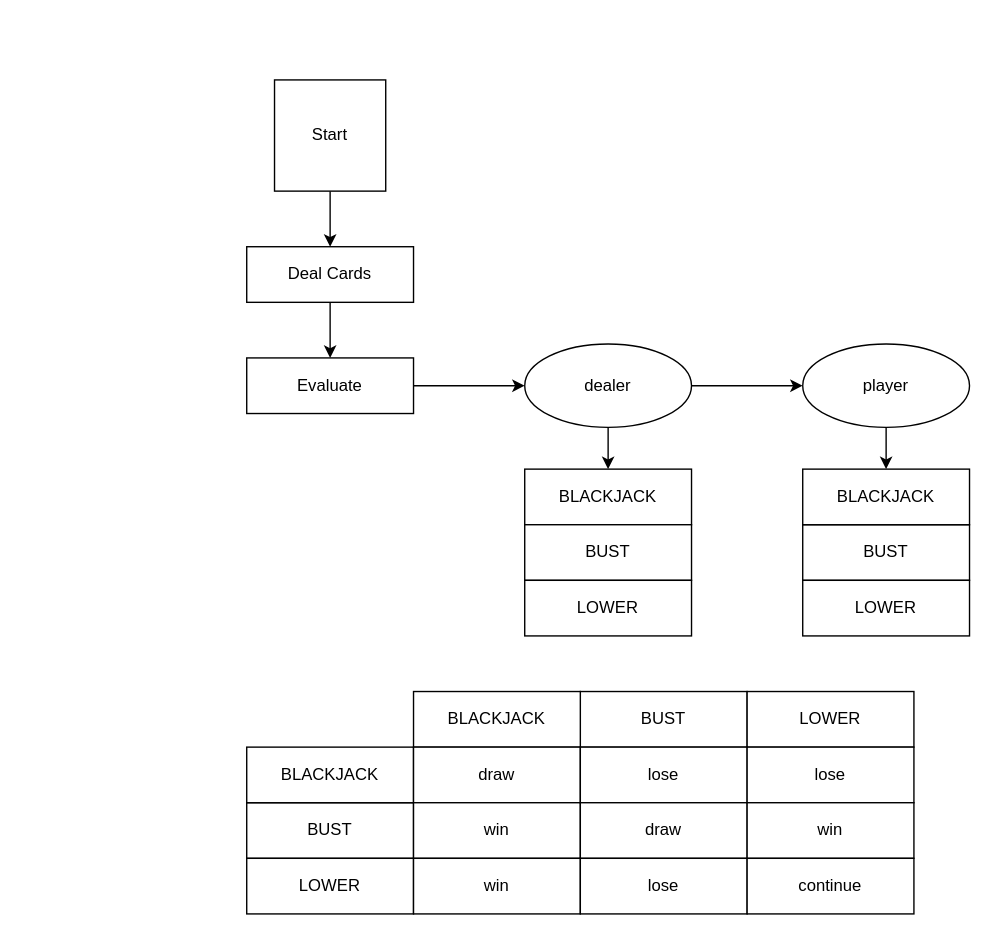
Earlier version of the draw.io diagram blackjack.drawio (ErwinSpelunk/_100_days_of_code). Source tidied: cells renumbered, new cells numbered last; positions are measured from the earlier drawing's top-left corner, leaving out a move shared by most shapes. Both pictures are drawn from the tidied source at 139%, with x=0, y=0 at pixel (246, 79).
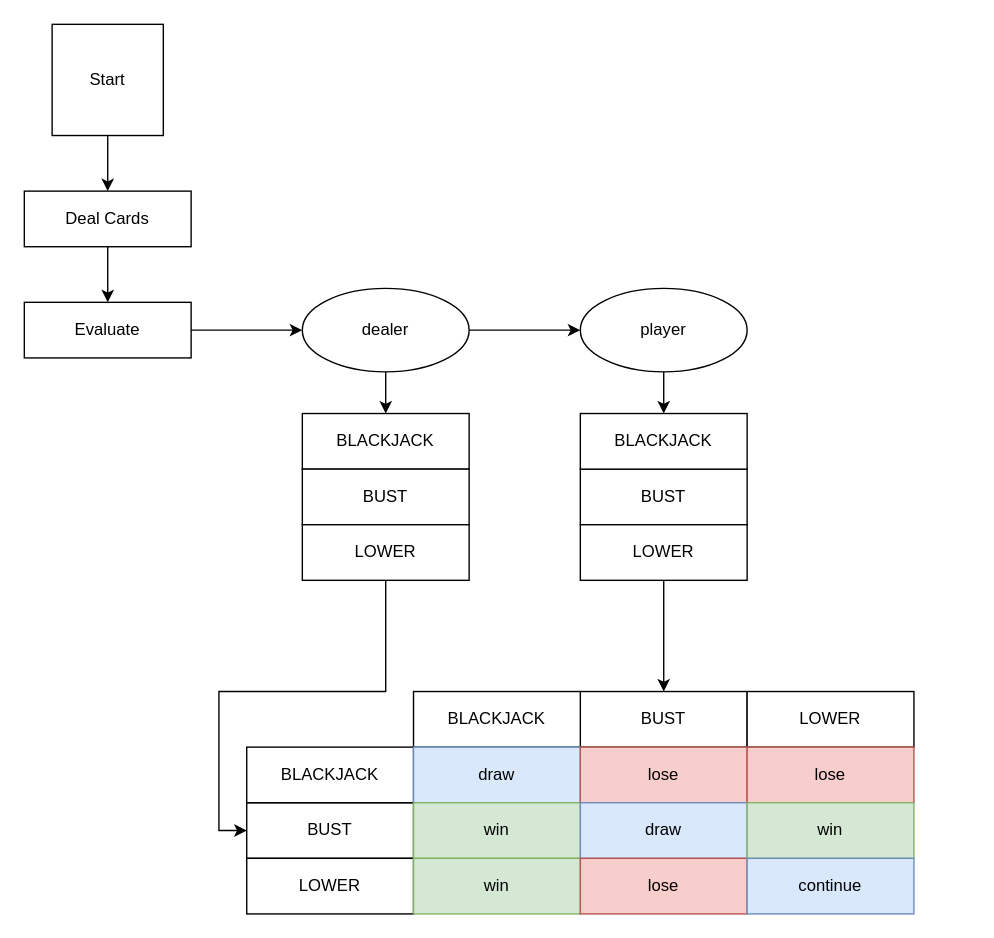
Above is the later version.

The change refers to these unchanged cells:
```xml
<mxCell id="19" value="BUST" style="whiteSpace=wrap;html=1;" parent="1" vertex="1">
  <mxGeometry y="520" width="120" height="40" as="geometry" />
</mxCell>
<mxCell id="22" value="BUST" style="whiteSpace=wrap;html=1;" parent="1" vertex="1">
  <mxGeometry x="240" y="440" width="120" height="40" as="geometry" />
</mxCell>
```

Diff of the diagram source:
```diff
@@
     <mxCell id="3" value="&lt;div&gt;Start&lt;/div&gt;" style="whiteSpace=wrap;html=1;" parent="1" vertex="1">
-      <mxGeometry x="20" width="80" height="80" as="geometry" />
+      <mxGeometry x="-140" y="-40" width="80" height="80" as="geometry" />
     </mxCell>
@@
     <mxCell id="5" value="Deal Cards" style="whiteSpace=wrap;html=1;" parent="1" vertex="1">
-      <mxGeometry y="120" width="120" height="40" as="geometry" />
+      <mxGeometry x="-160" y="80" width="120" height="40" as="geometry" />
     </mxCell>
@@
     <mxCell id="7" value="Evaluate" style="whiteSpace=wrap;html=1;" parent="1" vertex="1">
-      <mxGeometry y="200" width="120" height="40" as="geometry" />
+      <mxGeometry x="-160" y="160" width="120" height="40" as="geometry" />
     </mxCell>
@@
     <mxCell id="10" value="dealer" style="ellipse;whiteSpace=wrap;html=1;" parent="1" vertex="1">
-      <mxGeometry x="200" y="190" width="120" height="60" as="geometry" />
+      <mxGeometry x="40" y="150" width="120" height="60" as="geometry" />
     </mxCell>
@@
     <mxCell id="12" value="player" style="ellipse;whiteSpace=wrap;html=1;" parent="1" vertex="1">
-      <mxGeometry x="400" y="190" width="120" height="60" as="geometry" />
+      <mxGeometry x="240" y="150" width="120" height="60" as="geometry" />
     </mxCell>
     <mxCell id="13" value="BLACKJACK" style="whiteSpace=wrap;html=1;" parent="1" vertex="1">
-      <mxGeometry x="200" y="280" width="120" height="40" as="geometry" />
+      <mxGeometry x="40" y="240" width="120" height="40" as="geometry" />
     </mxCell>
     <mxCell id="14" value="BUST" style="whiteSpace=wrap;html=1;" parent="1" vertex="1">
-      <mxGeometry x="200" y="320" width="120" height="40" as="geometry" />
+      <mxGeometry x="40" y="280" width="120" height="40" as="geometry" />
     </mxCell>
+    <mxCell id="34" style="edgeStyle=orthogonalEdgeStyle;rounded=0;jettySize=auto;html=1;entryX=0;entryY=0.5;entryDx=0;entryDy=0;" parent="1" edge="1" source="15" target="19">
+      <mxGeometry relative="1" as="geometry" />
+    </mxCell>
     <mxCell id="15" value="LOWER" style="whiteSpace=wrap;html=1;" parent="1" vertex="1">
-      <mxGeometry x="200" y="360" width="120" height="40" as="geometry" />
+      <mxGeometry x="40" y="320" width="120" height="40" as="geometry" />
     </mxCell>
     <mxCell id="16" value="BUST" style="whiteSpace=wrap;html=1;" parent="1" vertex="1">
-      <mxGeometry x="400" y="320" width="120" height="40" as="geometry" />
+      <mxGeometry x="240" y="280" width="120" height="40" as="geometry" />
     </mxCell>
+    <mxCell id="35" style="edgeStyle=orthogonalEdgeStyle;rounded=0;jettySize=auto;html=1;entryX=0.5;entryY=0;entryDx=0;entryDy=0;" parent="1" edge="1" source="17" target="22">
+      <mxGeometry relative="1" as="geometry" />
+    </mxCell>
     <mxCell id="17" value="LOWER" style="whiteSpace=wrap;html=1;" parent="1" vertex="1">
-      <mxGeometry x="400" y="360" width="120" height="40" as="geometry" />
+      <mxGeometry x="240" y="320" width="120" height="40" as="geometry" />
     </mxCell>
     <mxCell id="18" value="BLACKJACK" style="whiteSpace=wrap;html=1;" parent="1" vertex="1">
-      <mxGeometry x="400" y="280" width="120" height="40" as="geometry" />
+      <mxGeometry x="240" y="240" width="120" height="40" as="geometry" />
     </mxCell>
@@
-    <mxCell id="25" value="draw" style="whiteSpace=wrap;html=1;" parent="1" vertex="1">
+    <mxCell id="25" value="draw" style="whiteSpace=wrap;html=1;fillColor=#dae8fc;strokeColor=#6c8ebf;" parent="1" vertex="1">
       <mxGeometry x="120" y="480" width="120" height="40" as="geometry" />
     </mxCell>
-    <mxCell id="26" value="win" style="whiteSpace=wrap;html=1;" parent="1" vertex="1">
+    <mxCell id="26" value="win" style="whiteSpace=wrap;html=1;fillColor=#d5e8d4;strokeColor=#82b366;" parent="1" vertex="1">
       <mxGeometry x="120" y="520" width="120" height="40" as="geometry" />
     </mxCell>
-    <mxCell id="27" value="win" style="whiteSpace=wrap;html=1;" parent="1" vertex="1">
+    <mxCell id="27" value="win" style="whiteSpace=wrap;html=1;fillColor=#d5e8d4;strokeColor=#82b366;" parent="1" vertex="1">
       <mxGeometry x="120" y="560" width="120" height="40" as="geometry" />
     </mxCell>
-    <mxCell id="28" value="lose" style="whiteSpace=wrap;html=1;" parent="1" vertex="1">
+    <mxCell id="28" value="lose" style="whiteSpace=wrap;html=1;fillColor=#f8cecc;strokeColor=#b85450;" parent="1" vertex="1">
       <mxGeometry x="240" y="480" width="120" height="40" as="geometry" />
     </mxCell>
-    <mxCell id="29" value="draw" style="whiteSpace=wrap;html=1;" parent="1" vertex="1">
+    <mxCell id="29" value="draw" style="whiteSpace=wrap;html=1;fillColor=#dae8fc;strokeColor=#6c8ebf;" parent="1" vertex="1">
       <mxGeometry x="240" y="520" width="120" height="40" as="geometry" />
     </mxCell>
-    <mxCell id="30" value="lose" style="whiteSpace=wrap;html=1;" parent="1" vertex="1">
+    <mxCell id="30" value="lose" style="whiteSpace=wrap;html=1;fillColor=#f8cecc;strokeColor=#b85450;" parent="1" vertex="1">
       <mxGeometry x="240" y="560" width="120" height="40" as="geometry" />
     </mxCell>
-    <mxCell id="31" value="lose" style="whiteSpace=wrap;html=1;" parent="1" vertex="1">
+    <mxCell id="31" value="lose" style="whiteSpace=wrap;html=1;fillColor=#f8cecc;strokeColor=#b85450;" parent="1" vertex="1">
       <mxGeometry x="360" y="480" width="120" height="40" as="geometry" />
     </mxCell>
-    <mxCell id="32" value="win" style="whiteSpace=wrap;html=1;" parent="1" vertex="1">
+    <mxCell id="32" value="win" style="whiteSpace=wrap;html=1;fillColor=#d5e8d4;strokeColor=#82b366;" parent="1" vertex="1">
       <mxGeometry x="360" y="520" width="120" height="40" as="geometry" />
     </mxCell>
-    <mxCell id="33" value="continue" style="whiteSpace=wrap;html=1;" parent="1" vertex="1">
+    <mxCell id="33" value="continue" style="whiteSpace=wrap;html=1;fillColor=#dae8fc;strokeColor=#6c8ebf;" parent="1" vertex="1">
       <mxGeometry x="360" y="560" width="120" height="40" as="geometry" />
     </mxCell>
```
